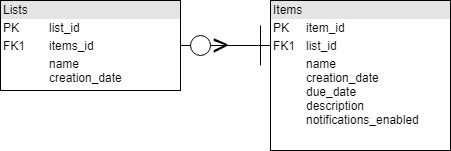
The draw.io diagram SOFT161 Honors DB Diagram.png in Bracciata/SOFT161HonorsProject, before a commit. Source tidied: cells renumbered, new cells last; positions are measured from the earlier drawing's top-left corner, leaving out a move shared by most shapes.
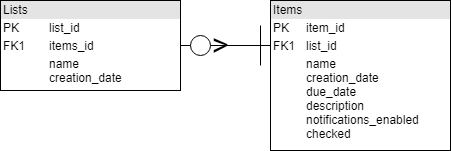
After the commit.

Commit message:
Added checked field to diagram and updated items.

Diff of the diagram source:
```diff
@@ -5,7 +5,7 @@
     <mxCell id="2" value="&lt;div style=&quot;box-sizing: border-box ; width: 100% ; background: #e4e4e4 ; padding: 2px&quot;&gt;Lists&lt;/div&gt;&lt;table style=&quot;width: 100% ; font-size: 1em&quot; cellpadding=&quot;2&quot; cellspacing=&quot;0&quot;&gt;&lt;tbody&gt;&lt;tr&gt;&lt;td&gt;PK&lt;/td&gt;&lt;td&gt;list_id&lt;/td&gt;&lt;/tr&gt;&lt;tr&gt;&lt;td&gt;FK1&lt;/td&gt;&lt;td&gt;items_id&lt;/td&gt;&lt;/tr&gt;&lt;tr&gt;&lt;td&gt;&lt;/td&gt;&lt;td&gt;name&lt;br&gt;creation_date&lt;br&gt;&lt;br&gt;&lt;/td&gt;&lt;/tr&gt;&lt;/tbody&gt;&lt;/table&gt;" style="verticalAlign=top;align=left;overflow=fill;html=1;" parent="1" vertex="1">
       <mxGeometry width="180" height="90" as="geometry" />
     </mxCell>
-    <mxCell id="3" value="&lt;div style=&quot;box-sizing: border-box ; width: 100% ; background: #e4e4e4 ; padding: 2px&quot;&gt;Items&lt;/div&gt;&lt;table style=&quot;width: 100% ; font-size: 1em&quot; cellpadding=&quot;2&quot; cellspacing=&quot;0&quot;&gt;&lt;tbody&gt;&lt;tr&gt;&lt;td&gt;PK&lt;/td&gt;&lt;td&gt;item_id&lt;/td&gt;&lt;/tr&gt;&lt;tr&gt;&lt;td&gt;FK1&lt;/td&gt;&lt;td&gt;list_id&lt;/td&gt;&lt;/tr&gt;&lt;tr&gt;&lt;td&gt;&lt;/td&gt;&lt;td&gt;name&lt;br&gt;creation_date&lt;br&gt;due_date&lt;br&gt;description&lt;br&gt;notifications_enabled&lt;br&gt;&lt;br&gt;&lt;br&gt;&lt;/td&gt;&lt;/tr&gt;&lt;/tbody&gt;&lt;/table&gt;" style="verticalAlign=top;align=left;overflow=fill;html=1;" parent="1" vertex="1">
+    <mxCell id="3" value="&lt;div style=&quot;box-sizing: border-box ; width: 100% ; background: #e4e4e4 ; padding: 2px&quot;&gt;Items&lt;/div&gt;&lt;table style=&quot;width: 100% ; font-size: 1em&quot; cellpadding=&quot;2&quot; cellspacing=&quot;0&quot;&gt;&lt;tbody&gt;&lt;tr&gt;&lt;td&gt;PK&lt;/td&gt;&lt;td&gt;item_id&lt;/td&gt;&lt;/tr&gt;&lt;tr&gt;&lt;td&gt;FK1&lt;/td&gt;&lt;td&gt;list_id&lt;/td&gt;&lt;/tr&gt;&lt;tr&gt;&lt;td&gt;&lt;/td&gt;&lt;td&gt;name&lt;br&gt;creation_date&lt;br&gt;due_date&lt;br&gt;description&lt;br&gt;notifications_enabled&lt;br&gt;checked&lt;br&gt;&lt;br&gt;&lt;br&gt;&lt;/td&gt;&lt;/tr&gt;&lt;/tbody&gt;&lt;/table&gt;" style="verticalAlign=top;align=left;overflow=fill;html=1;" parent="1" vertex="1">
       <mxGeometry x="270" width="180" height="150" as="geometry" />
     </mxCell>
     <mxCell id="4" style="endArrow=none;html=1;exitX=1;exitY=0.5;exitDx=0;exitDy=0;" parent="1" edge="1" source="5">
```
